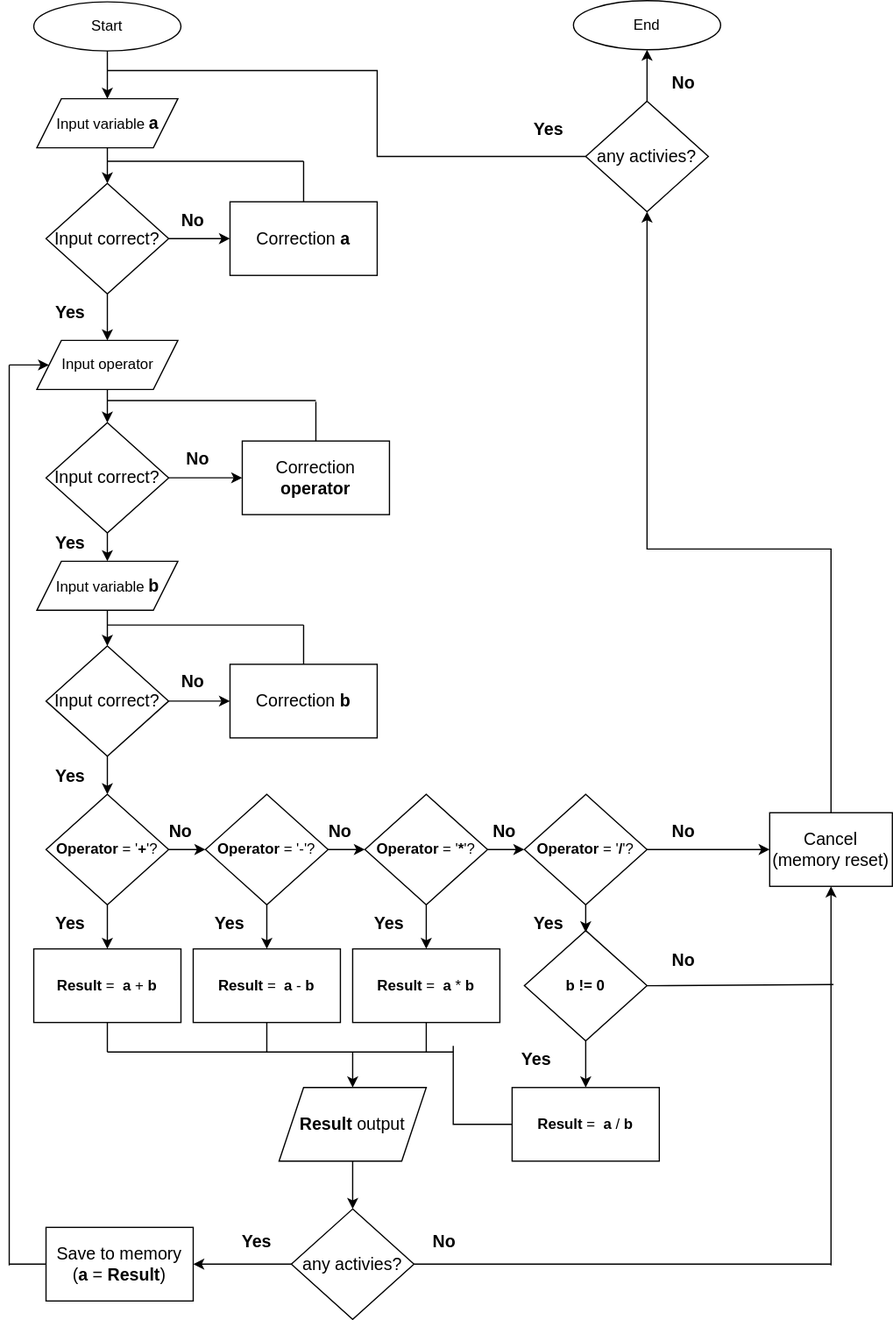
This is calculator.drawio.svg from nfedetsky/data_science, a draw.io export, as it was before one commit. Source tidied: cells renumbered, new cells last; positions are measured from the earlier drawing's top-left corner, leaving out a move shared by most shapes.
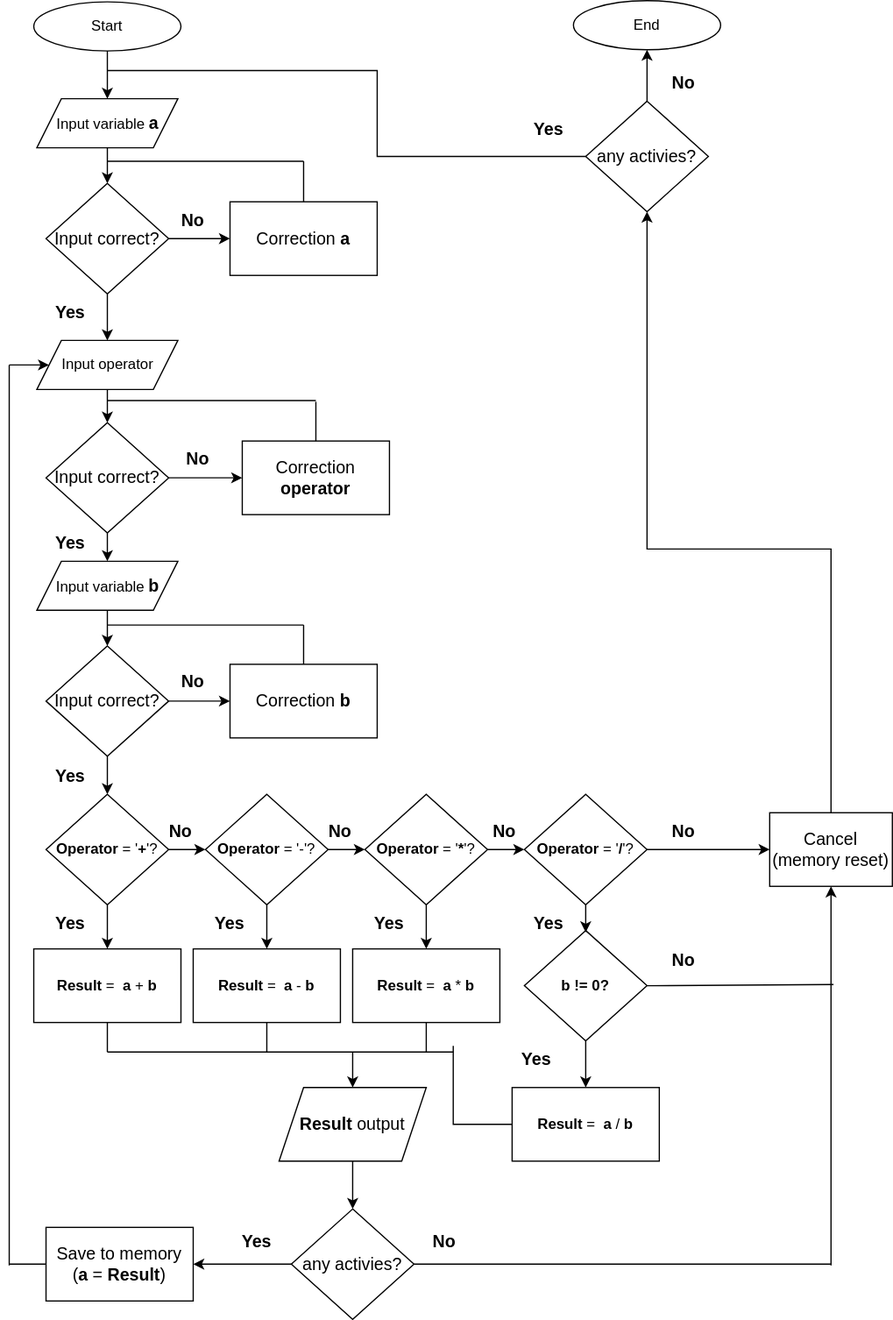
After the change.

Change to the diagram source:
```diff
@@ -295,7 +295,7 @@
     <mxCell id="81" value="&lt;b&gt;No&lt;/b&gt;" style="text;html=1;strokeColor=none;fillColor=none;align=center;verticalAlign=middle;whiteSpace=wrap;rounded=0;fontSize=14;" parent="1" vertex="1">
       <mxGeometry x="520" y="52" width="60" height="30" as="geometry" />
     </mxCell>
-    <mxCell id="82" value="&lt;b&gt;b != 0&lt;/b&gt;" style="rhombus;whiteSpace=wrap;html=1;" parent="1" vertex="1">
+    <mxCell id="82" value="&lt;b&gt;b != 0?&lt;/b&gt;" style="rhombus;whiteSpace=wrap;html=1;" parent="1" vertex="1">
       <mxGeometry x="420" y="758" width="100" height="90" as="geometry" />
     </mxCell>
     <mxCell id="83" style="edgeStyle=orthogonalEdgeStyle;rounded=0;orthogonalLoop=1;jettySize=auto;html=1;exitX=1;exitY=0;exitDx=0;exitDy=0;entryX=1;entryY=0.75;entryDx=0;entryDy=0;fontSize=14;" parent="1" edge="1" source="78" target="78">
```
